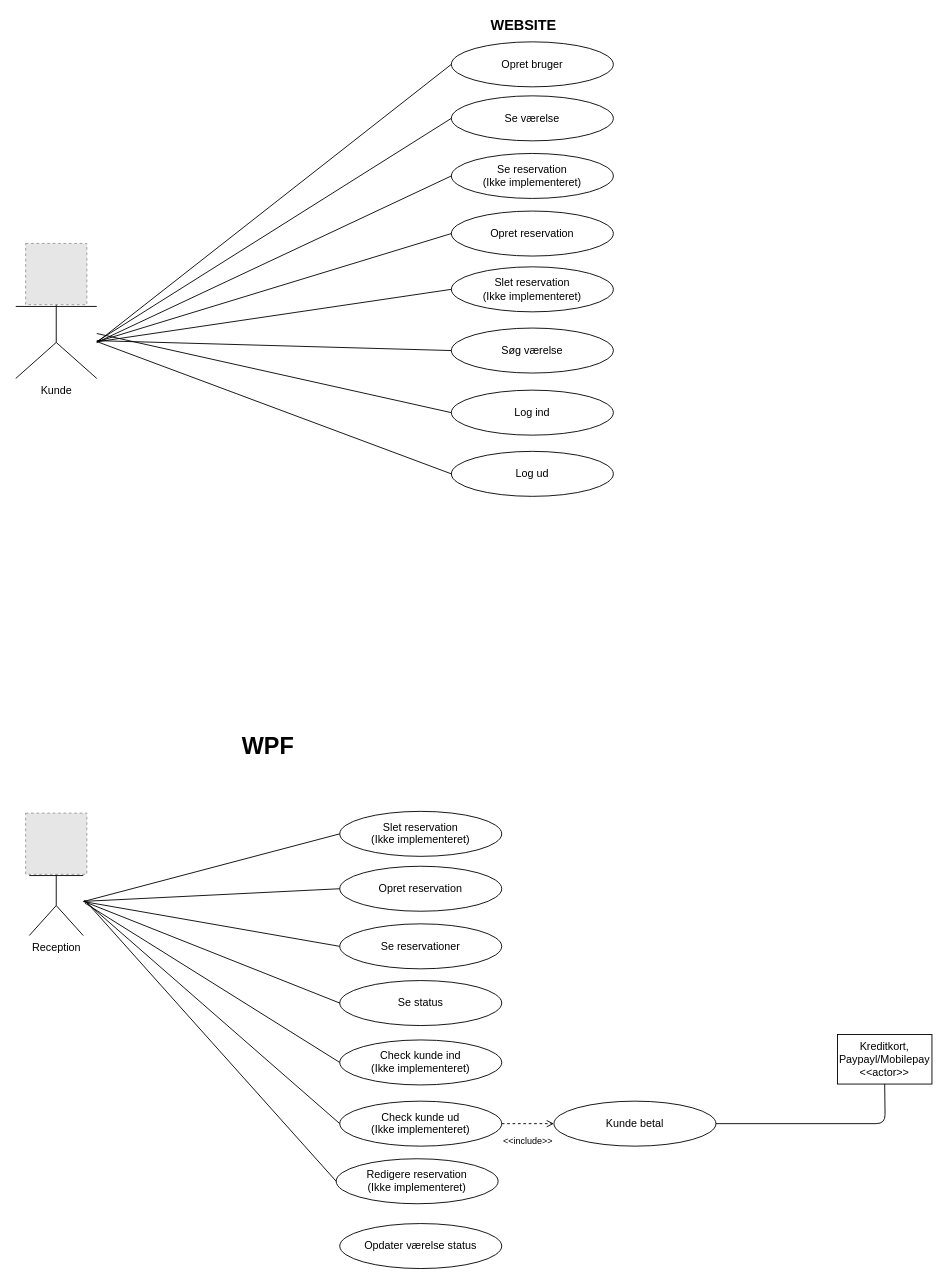
The draw.io diagram Dokumentation/Use case.drawio in NansyT/CountryLiving, before the edit. Source tidied: cells renumbered, new cells numbered last; positions are measured from the earlier drawing's top-left corner, leaving out a move shared by most shapes. Both pictures are drawn from the tidied source at 90%, with x=0, y=0 at pixel (15, 15). Pictures stored in the file or linked from it are replaced by grey dashed boxes.
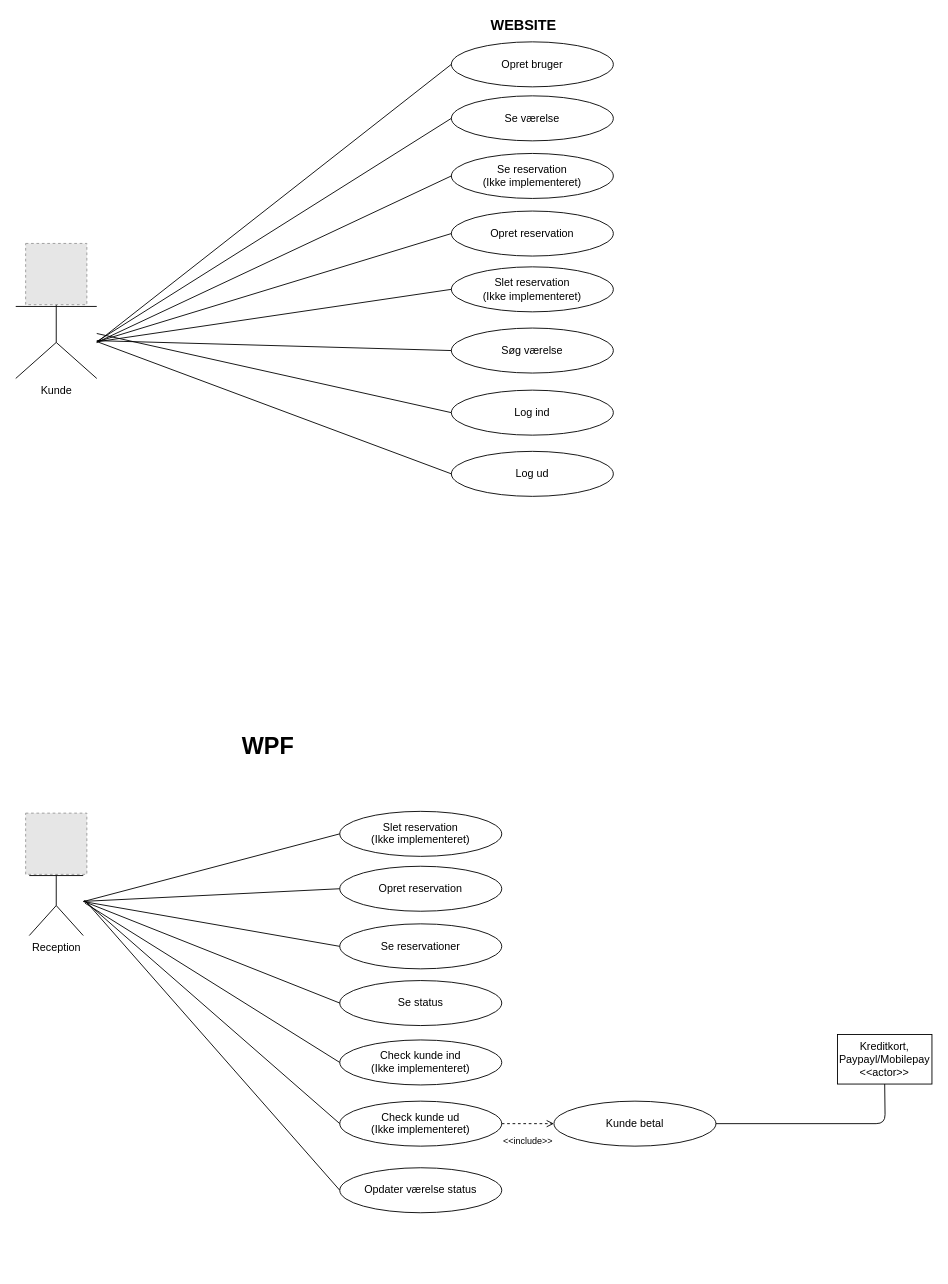
The same diagram, later.

Commit message (it also covers changes not shown here):
Updated Use case

The edit, as a diff of the source:
```diff
@@
-    <mxCell id="40" value="Redigere reservation&lt;br&gt;&lt;span style=&quot;font-size: 9.0pt ; line-height: 130% ; font-family: &amp;#34;calibri&amp;#34; , sans-serif&quot;&gt;(Ikke implementeret)&lt;/span&gt;" style="ellipse;whiteSpace=wrap;html=1;" parent="1" vertex="1">
-      <mxGeometry x="356" y="1270" width="180" height="50" as="geometry" />
-    </mxCell>
@@
-    <mxCell id="42" style="endArrow=none;html=1;entryX=0;entryY=0.5;entryDx=0;entryDy=0;" parent="1" edge="1" target="40">
+    <mxCell id="42" style="endArrow=none;html=1;entryX=0;entryY=0.5;entryDx=0;entryDy=0;" parent="1" edge="1" target="43">
       <mxGeometry relative="1" as="geometry">
         <mxPoint x="77" y="983" as="sourcePoint" />
       </mxGeometry>
     </mxCell>
     <mxCell id="43" value="Opdater værelse status" style="ellipse;whiteSpace=wrap;html=1;" parent="1" vertex="1">
-      <mxGeometry x="360" y="1342" width="180" height="50" as="geometry" />
+      <mxGeometry x="360" y="1280" width="180" height="50" as="geometry" />
     </mxCell>
```
